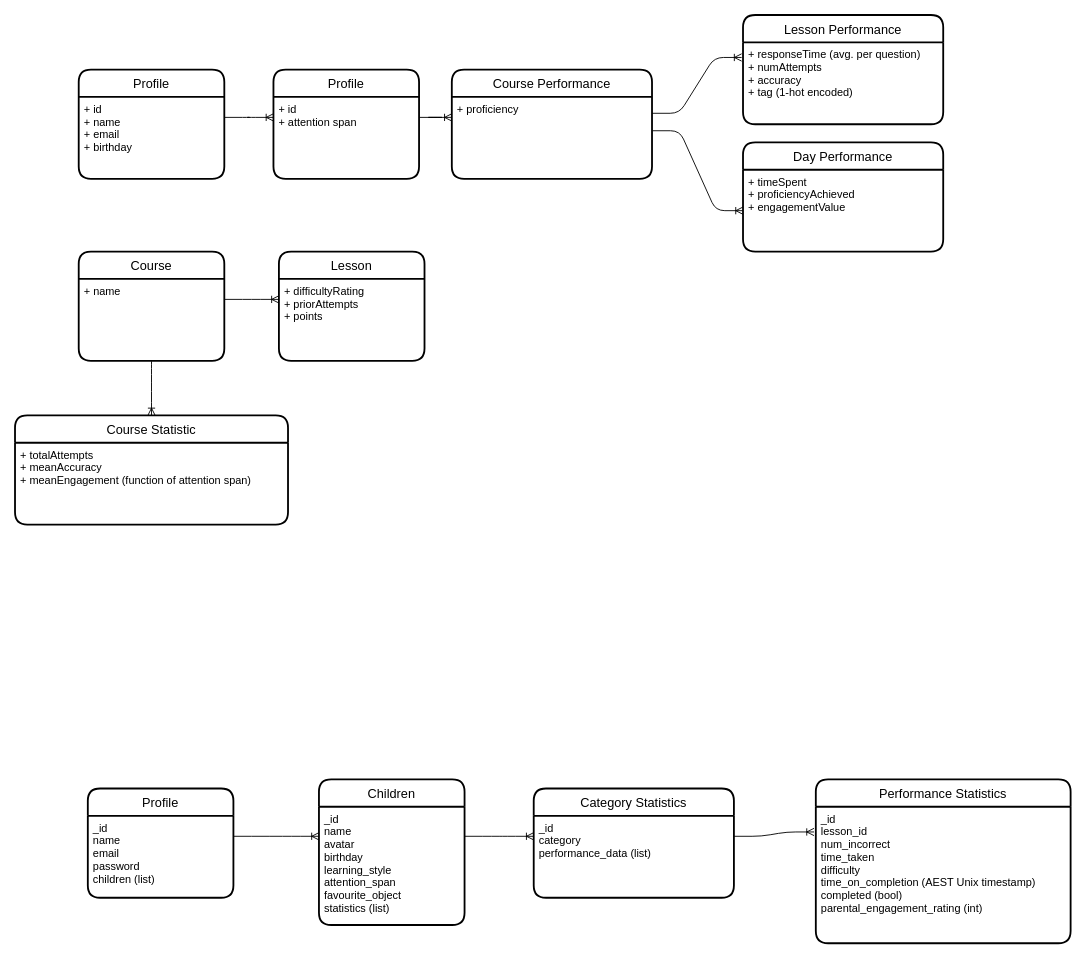
Above: backend/GalacticEd.drawio in kishek2000/accentureHackathon (draw.io), before the change. Source tidied: cells renumbered, new cells numbered last; positions are measured from the earlier drawing's top-left corner, leaving out a move shared by most shapes. Both pictures are drawn from the tidied source at 91%, with x=0, y=0 at pixel (15, 15).
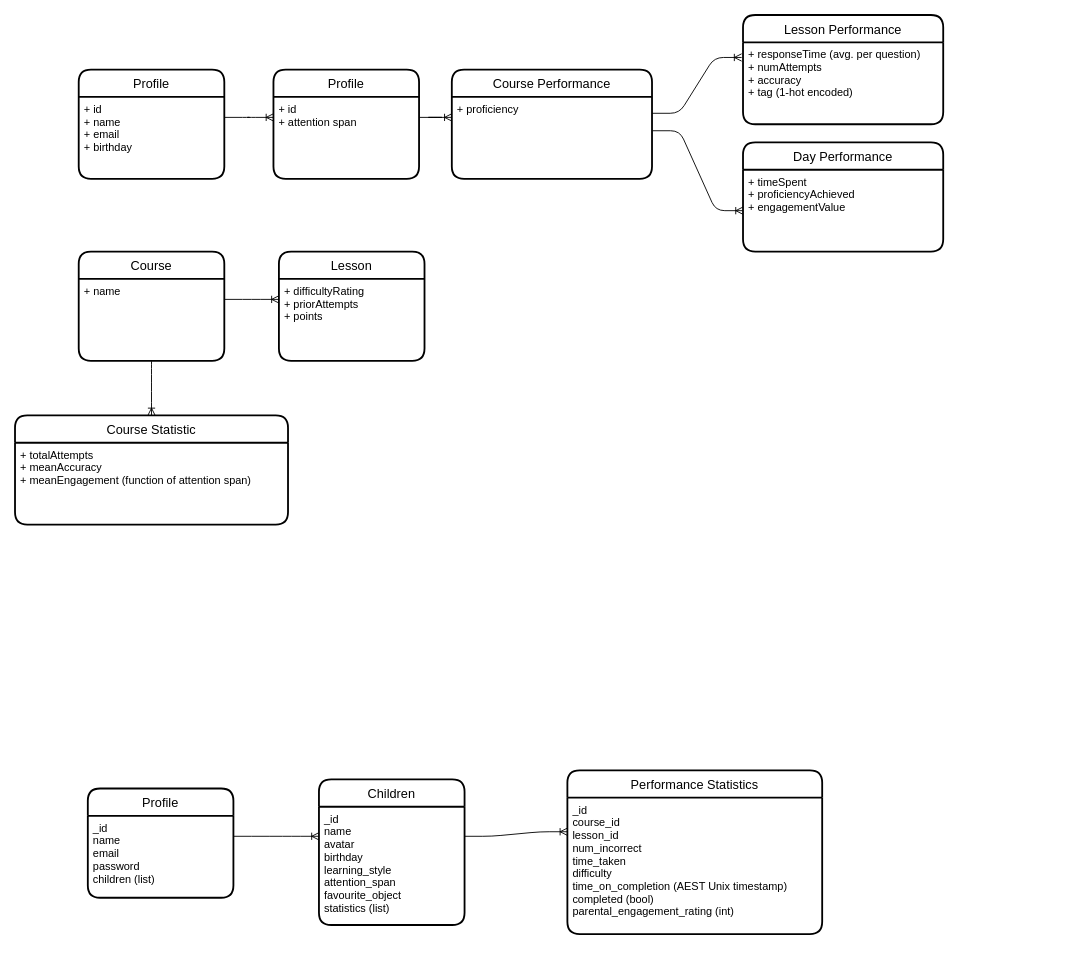
Above is the later version.

Commit message:
Removed unnecessary stats container

The change refers to these unchanged cells:
```xml
<mxCell id="26" value="_id&#10;name&#10;avatar&#10;birthday&#10;learning_style&#10;attention_span&#10;favourite_object&#10;statistics (list)" style="align=left;strokeColor=none;fillColor=none;spacingLeft=4;fontSize=12;verticalAlign=top;" parent="25" vertex="1">
  <mxGeometry y="30" width="160" height="130" as="geometry" />
</mxCell>
```

Change to the diagram source:
```diff
@@
-    <mxCell id="27" value="Category Statistics" style="swimlane;horizontal=1;startSize=30;rounded=1;fontSize=14;fontStyle=0;strokeWidth=2;shadow=0;dashed=0;align=center;" parent="1" vertex="1">
-      <mxGeometry x="570" y="850" width="220" height="120" as="geometry" />
-    </mxCell>
-    <mxCell id="28" value="_id&#10;category&#10;performance_data (list)" style="align=left;strokeColor=none;fillColor=none;spacingLeft=4;fontSize=12;verticalAlign=top;" parent="27" vertex="1">
-      <mxGeometry y="30" width="220" height="90" as="geometry" />
-    </mxCell>
-    <mxCell id="29" style="edgeStyle=entityRelationEdgeStyle;fontSize=12;html=1;endArrow=ERoneToMany;entryX=0;entryY=0.25;entryDx=0;entryDy=0;exitX=1;exitY=0.25;exitDx=0;exitDy=0;" parent="1" edge="1" source="26" target="28">
+    <mxCell id="29" style="edgeStyle=entityRelationEdgeStyle;fontSize=12;html=1;endArrow=ERoneToMany;entryX=0;entryY=0.25;entryDx=0;entryDy=0;exitX=1;exitY=0.25;exitDx=0;exitDy=0;" parent="1" edge="1" source="26" target="31">
       <mxGeometry relative="1" as="geometry" />
     </mxCell>
     <mxCell id="30" value="Performance Statistics" style="swimlane;horizontal=1;startSize=30;rounded=1;fontSize=14;fontStyle=0;strokeWidth=2;shadow=0;dashed=0;align=center;" parent="1" vertex="1">
-      <mxGeometry x="880" y="840" width="280" height="180" as="geometry" />
+      <mxGeometry x="607" y="830" width="280" height="180" as="geometry" />
     </mxCell>
-    <mxCell id="31" value="_id&#10;lesson_id&#10;num_incorrect&#10;time_taken&#10;difficulty&#10;time_on_completion (AEST Unix timestamp)&#10;completed (bool)&#10;parental_engagement_rating (int)" style="align=left;strokeColor=none;fillColor=none;spacingLeft=4;fontSize=12;verticalAlign=top;" parent="30" vertex="1">
+    <mxCell id="31" value="_id&#10;course_id&#10;lesson_id&#10;num_incorrect&#10;time_taken&#10;difficulty&#10;time_on_completion (AEST Unix timestamp)&#10;completed (bool)&#10;parental_engagement_rating (int)" style="align=left;strokeColor=none;fillColor=none;spacingLeft=4;fontSize=12;verticalAlign=top;" parent="30" vertex="1">
       <mxGeometry y="30" width="280" height="150" as="geometry" />
     </mxCell>
-    <mxCell id="32" style="edgeStyle=entityRelationEdgeStyle;fontSize=12;html=1;endArrow=ERoneToMany;entryX=-0.007;entryY=0.185;entryDx=0;entryDy=0;entryPerimeter=0;exitX=1;exitY=0.25;exitDx=0;exitDy=0;" parent="1" edge="1" source="28" target="31">
-      <mxGeometry relative="1" as="geometry" />
-    </mxCell>
```
